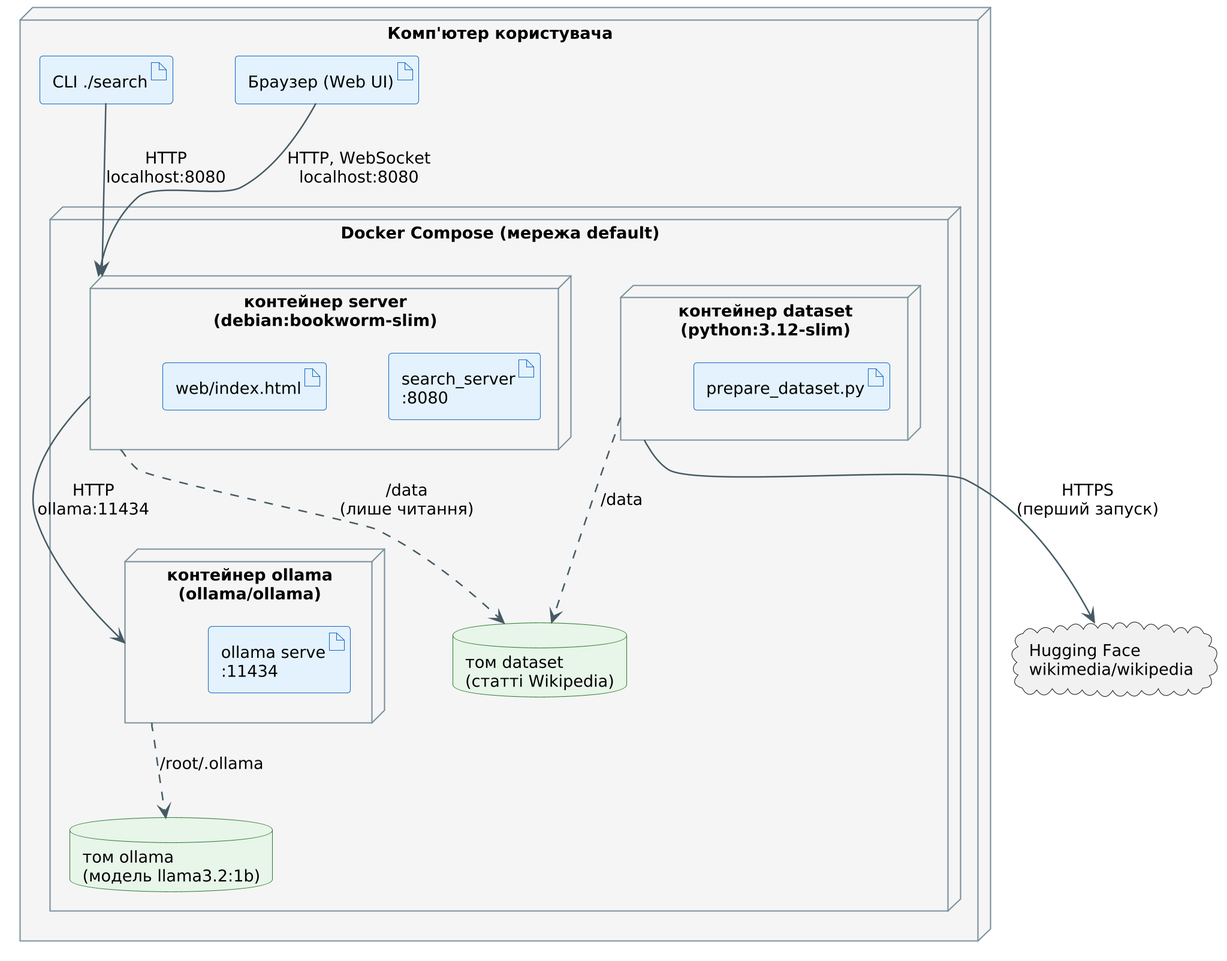
Earlier version of the PlantUML export docs/uml/deployment.png (vlb103/parallel-search-engine).
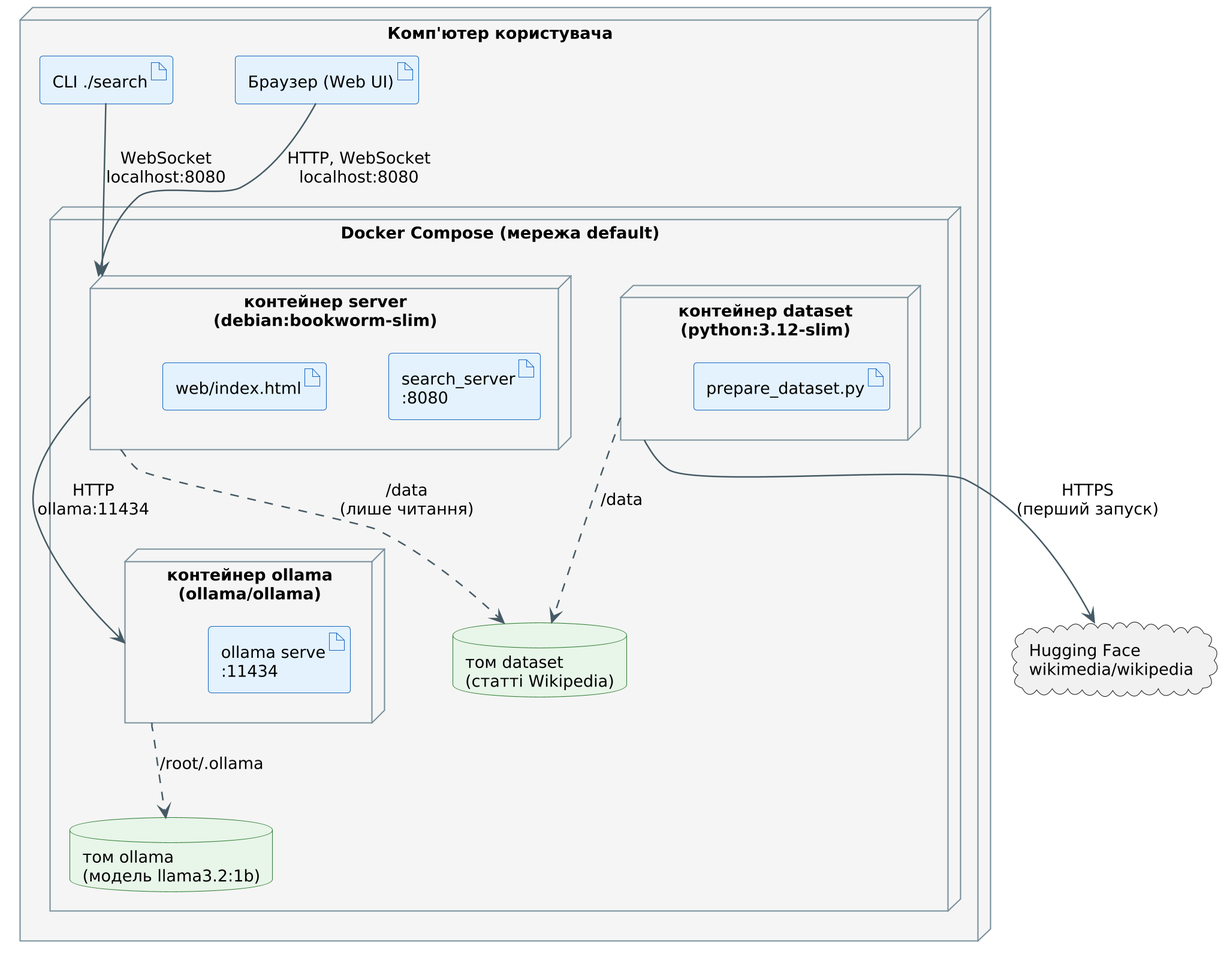
After the commit.

Commit message:
docs(uml): show cli in websocket pipeline

Diff of the diagram source:
```diff
@@ -26,7 +26,7 @@
 cloud "Hugging Face\nwikimedia/wikipedia" as HuggingFace
 
 Browser --> ServerNode : HTTP, WebSocket\nlocalhost:8080
-Cli --> ServerNode : HTTP\nlocalhost:8080
+Cli --> ServerNode : WebSocket\nlocalhost:8080
 ServerNode --> OllamaNode : HTTP\nollama:11434
 ServerNode ..> DataVolume : /data\n(лише читання)
 DatasetNode ..> DataVolume : /data
```
